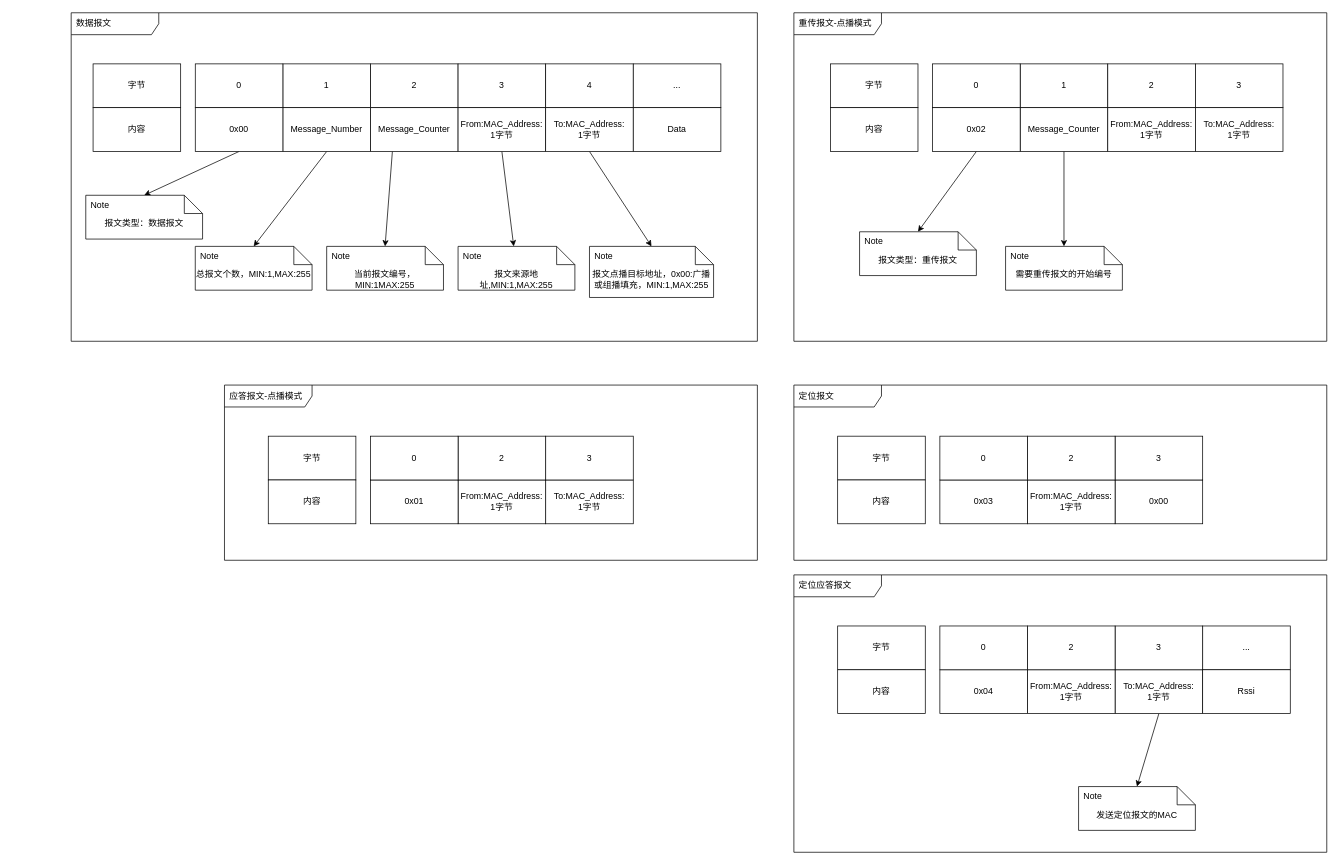
The draw.io diagram page "网络层数据格式" (3 of 5) of Design/design.drawio in HZC-AND/LORA_WLAN, before the edit. Source tidied: cells renumbered, new cells numbered last; positions are measured from the earlier drawing's top-left corner, leaving out a move shared by most shapes. Both pictures are drawn from the tidied source at 73%, with x=0, y=0 at pixel (71, 12).
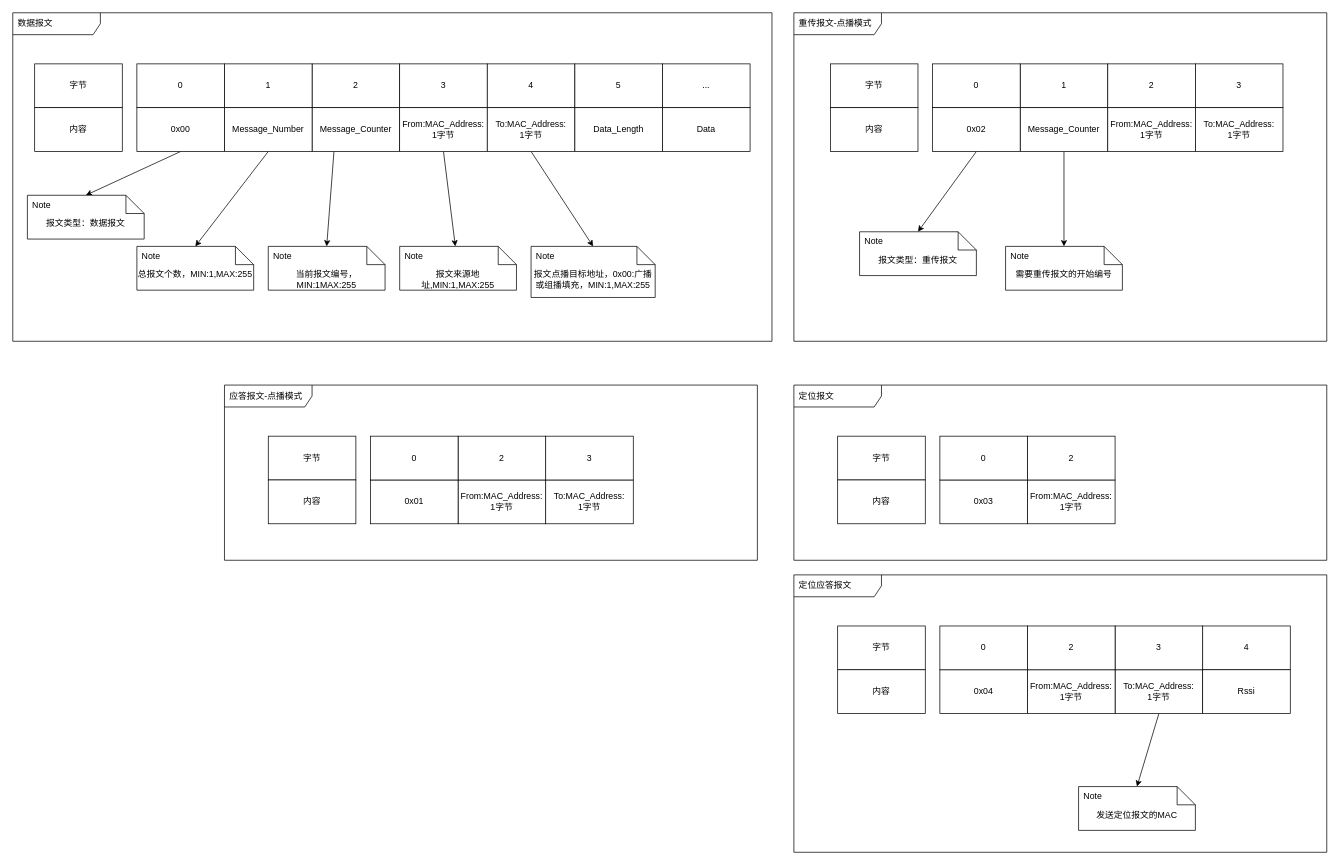
The same diagram, later.

Diff of the diagram source:
```diff
@@
     <mxCell id="2" value="数据报文" style="shape=umlFrame;whiteSpace=wrap;html=1;width=120;height=30;boundedLbl=1;verticalAlign=middle;align=left;spacingLeft=5;" parent="1" vertex="1">
-      <mxGeometry width="940" height="450" as="geometry" />
+      <mxGeometry x="-80" width="1040" height="450" as="geometry" />
     </mxCell>
     <mxCell id="3" value="2" style="rounded=0;whiteSpace=wrap;html=1;" parent="1" vertex="1">
-      <mxGeometry x="410" y="70" width="120" height="60" as="geometry" />
+      <mxGeometry x="330" y="70" width="120" height="60" as="geometry" />
     </mxCell>
     <mxCell id="4" value="3" style="rounded=0;whiteSpace=wrap;html=1;" parent="1" vertex="1">
-      <mxGeometry x="530" y="70" width="120" height="60" as="geometry" />
+      <mxGeometry x="450" y="70" width="120" height="60" as="geometry" />
     </mxCell>
     <mxCell id="5" value="4" style="rounded=0;whiteSpace=wrap;html=1;" parent="1" vertex="1">
-      <mxGeometry x="650" y="70" width="120" height="60" as="geometry" />
+      <mxGeometry x="570" y="70" width="120" height="60" as="geometry" />
     </mxCell>
@@
     <mxCell id="7" value="Message_Counter" style="rounded=0;whiteSpace=wrap;html=1;" parent="1" vertex="1">
-      <mxGeometry x="410" y="130" width="120" height="60" as="geometry" />
+      <mxGeometry x="330" y="130" width="120" height="60" as="geometry" />
     </mxCell>
@@
     <mxCell id="9" value="From:MAC_Address:&lt;br&gt;1字节" style="rounded=0;whiteSpace=wrap;html=1;" parent="1" vertex="1">
-      <mxGeometry x="530" y="130" width="120" height="60" as="geometry" />
+      <mxGeometry x="450" y="130" width="120" height="60" as="geometry" />
     </mxCell>
@@
     <mxCell id="11" value="To:MAC_Address:&lt;br&gt;1字节" style="rounded=0;whiteSpace=wrap;html=1;" parent="1" vertex="1">
-      <mxGeometry x="650" y="130" width="120" height="60" as="geometry" />
+      <mxGeometry x="570" y="130" width="120" height="60" as="geometry" />
     </mxCell>
     <mxCell id="12" value="字节" style="rounded=0;whiteSpace=wrap;html=1;" parent="1" vertex="1">
-      <mxGeometry x="30" y="70" width="120" height="60" as="geometry" />
+      <mxGeometry x="-50" y="70" width="120" height="60" as="geometry" />
     </mxCell>
     <mxCell id="13" value="内容" style="rounded=0;whiteSpace=wrap;html=1;" parent="1" vertex="1">
-      <mxGeometry x="30" y="130" width="120" height="60" as="geometry" />
+      <mxGeometry x="-50" y="130" width="120" height="60" as="geometry" />
     </mxCell>
-    <mxCell id="14" value="..." style="rounded=0;whiteSpace=wrap;html=1;" parent="1" vertex="1">
-      <mxGeometry x="770" y="70" width="120" height="60" as="geometry" />
+    <mxCell id="14" value="5" style="rounded=0;whiteSpace=wrap;html=1;" parent="1" vertex="1">
+      <mxGeometry x="690" y="70" width="120" height="60" as="geometry" />
     </mxCell>
-    <mxCell id="15" value="Data" style="rounded=0;whiteSpace=wrap;html=1;" parent="1" vertex="1">
-      <mxGeometry x="770" y="130" width="120" height="60" as="geometry" />
+    <mxCell id="15" value="Data_Length" style="rounded=0;whiteSpace=wrap;html=1;" parent="1" vertex="1">
+      <mxGeometry x="690" y="130" width="120" height="60" as="geometry" />
     </mxCell>
     <mxCell id="16" value="当前报文编号，MIN:1MAX:255" style="shape=note2;boundedLbl=1;whiteSpace=wrap;html=1;size=25;verticalAlign=top;align=center;" parent="1" vertex="1">
-      <mxGeometry x="350" y="320" width="160" height="60" as="geometry" />
+      <mxGeometry x="270" y="320" width="160" height="60" as="geometry" />
     </mxCell>
@@
     <mxCell id="18" value="报文来源地址,MIN:1,MAX:255" style="shape=note2;boundedLbl=1;whiteSpace=wrap;html=1;size=25;verticalAlign=top;align=center;" parent="1" vertex="1">
-      <mxGeometry x="530" y="320" width="160" height="60" as="geometry" />
+      <mxGeometry x="450" y="320" width="160" height="60" as="geometry" />
     </mxCell>
@@
     <mxCell id="20" value="报文点播目标地址，0x00:广播或组播填充，MIN:1,MAX:255" style="shape=note2;boundedLbl=1;whiteSpace=wrap;html=1;size=25;verticalAlign=top;align=center;" parent="1" vertex="1">
-      <mxGeometry x="710" y="320" width="170" height="70" as="geometry" />
+      <mxGeometry x="630" y="320" width="170" height="70" as="geometry" />
     </mxCell>
@@
     <mxCell id="22" value="1" style="rounded=0;whiteSpace=wrap;html=1;" parent="1" vertex="1">
-      <mxGeometry x="290" y="70" width="120" height="60" as="geometry" />
+      <mxGeometry x="210" y="70" width="120" height="60" as="geometry" />
     </mxCell>
@@
     <mxCell id="24" value="Message_Number" style="rounded=0;whiteSpace=wrap;html=1;" parent="1" vertex="1">
-      <mxGeometry x="290" y="130" width="120" height="60" as="geometry" />
+      <mxGeometry x="210" y="130" width="120" height="60" as="geometry" />
     </mxCell>
     <mxCell id="25" value="总报文个数，MIN:1,MAX:255" style="shape=note2;boundedLbl=1;whiteSpace=wrap;html=1;size=25;verticalAlign=top;align=center;" parent="1" vertex="1">
-      <mxGeometry x="170" y="320" width="160" height="60" as="geometry" />
+      <mxGeometry x="90" y="320" width="160" height="60" as="geometry" />
     </mxCell>
@@
     <mxCell id="44" value="0" style="rounded=0;whiteSpace=wrap;html=1;" parent="1" vertex="1">
-      <mxGeometry x="170" y="70" width="120" height="60" as="geometry" />
+      <mxGeometry x="90" y="70" width="120" height="60" as="geometry" />
     </mxCell>
@@
     <mxCell id="46" value="0x00" style="rounded=0;whiteSpace=wrap;html=1;" parent="1" vertex="1">
-      <mxGeometry x="170" y="130" width="120" height="60" as="geometry" />
+      <mxGeometry x="90" y="130" width="120" height="60" as="geometry" />
     </mxCell>
@@
-    <mxCell id="55" value="0x00" style="rounded=0;whiteSpace=wrap;html=1;" parent="1" vertex="1">
-      <mxGeometry x="1430" y="640" width="120" height="60" as="geometry" />
-    </mxCell>
@@
-    <mxCell id="57" value="3" style="rounded=0;whiteSpace=wrap;html=1;" parent="1" vertex="1">
-      <mxGeometry x="1430" y="580" width="120" height="60" as="geometry" />
-    </mxCell>
@@
     <mxCell id="63" value="报文类型：数据报文" style="shape=note2;boundedLbl=1;whiteSpace=wrap;html=1;size=25;verticalAlign=top;align=center;" parent="1" vertex="1">
-      <mxGeometry x="20" y="250" width="160" height="60" as="geometry" />
+      <mxGeometry x="-60" y="250" width="160" height="60" as="geometry" />
     </mxCell>
@@
-    <mxCell id="70" value="..." style="rounded=0;whiteSpace=wrap;html=1;" parent="1" vertex="1">
+    <mxCell id="70" value="4" style="rounded=0;whiteSpace=wrap;html=1;" parent="1" vertex="1">
       <mxGeometry x="1550" y="840" width="120" height="60" as="geometry" />
     </mxCell>
@@
+    <mxCell id="81" value="..." style="rounded=0;whiteSpace=wrap;html=1;" parent="1" vertex="1">
+      <mxGeometry x="810" y="70" width="120" height="60" as="geometry" />
+    </mxCell>
+    <mxCell id="82" value="Data" style="rounded=0;whiteSpace=wrap;html=1;" parent="1" vertex="1">
+      <mxGeometry x="810" y="130" width="120" height="60" as="geometry" />
+    </mxCell>
```
